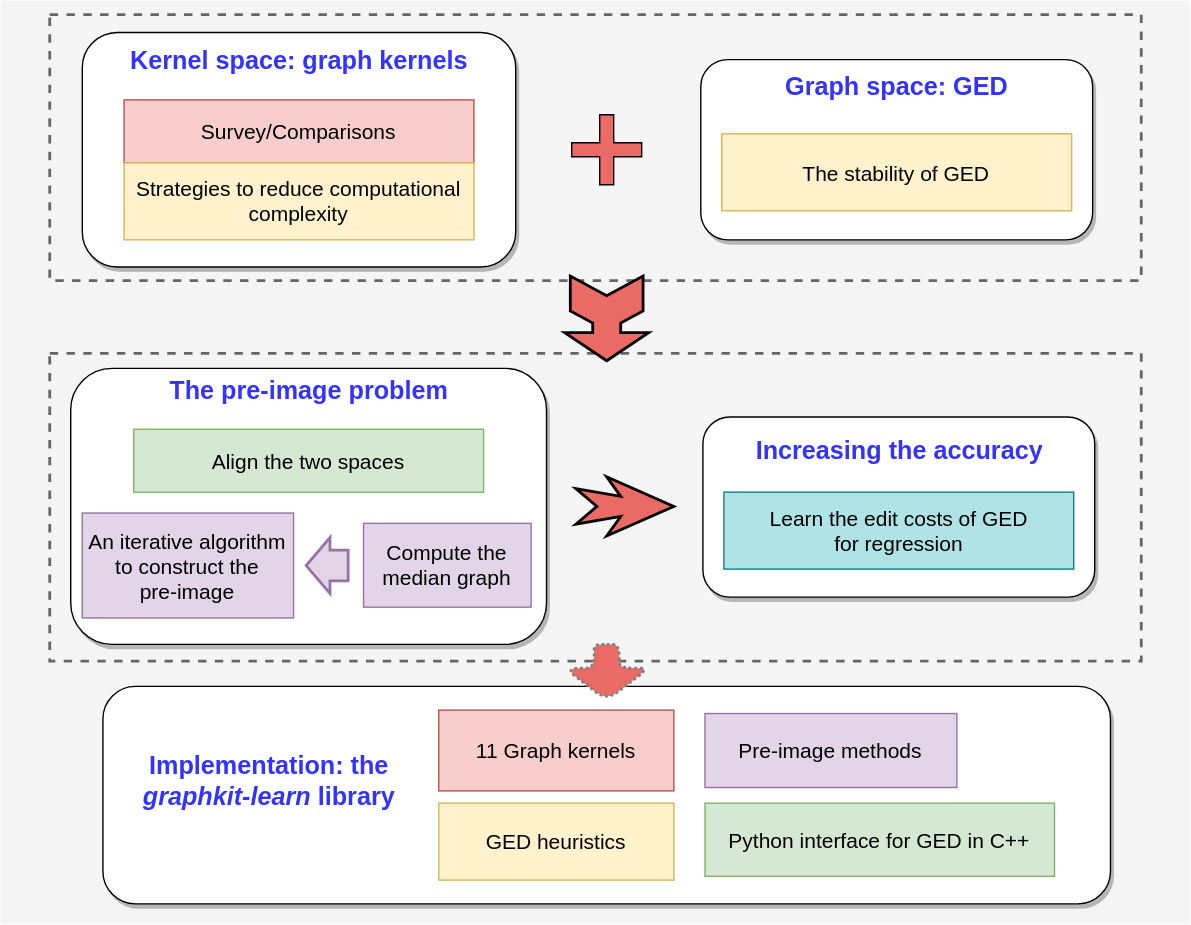
Earlier version of the draw.io export conclusion.svg (jajupmochi/phd_thesis). Source tidied: cells renumbered, new cells last; positions are measured from the earlier drawing's top-left corner, leaving out a move shared by most shapes.
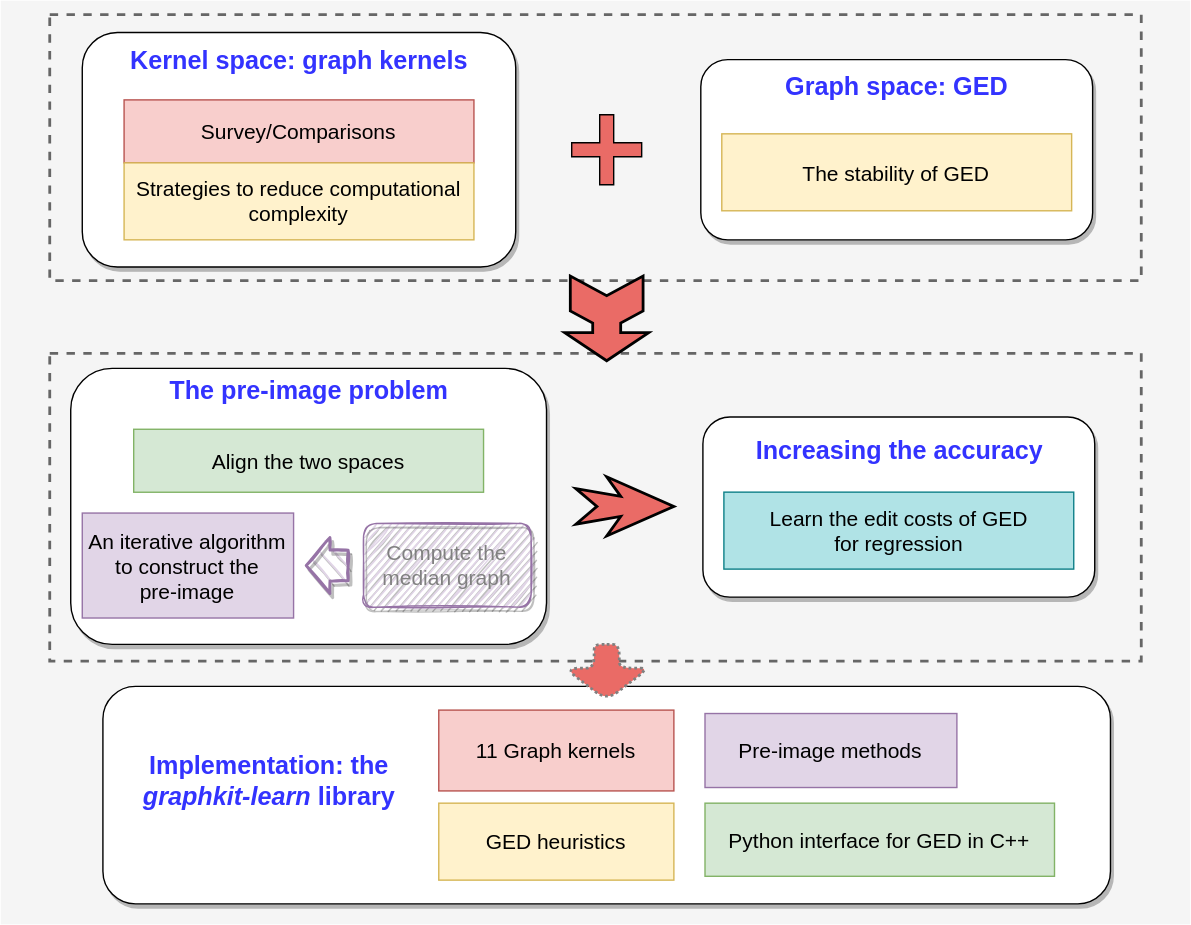
Above is the later version.

The edit, as a diff of the source:
```diff
@@ -41,7 +41,7 @@
     <mxCell id="14" value="&lt;h1 style=&quot;font-size: 18px&quot;&gt;The pre-image problem&lt;br&gt;&lt;/h1&gt;" style="text;html=1;strokeColor=none;fillColor=none;spacing=5;spacingTop=-20;whiteSpace=wrap;overflow=hidden;rounded=0;shadow=1;glass=0;dashed=1;sketch=0;align=center;verticalAlign=middle;fontColor=#3333FF;" parent="1" vertex="1">
       <mxGeometry x="68.8" y="253.9" width="302.5" height="70" as="geometry" />
     </mxCell>
-    <mxCell id="15" value="&lt;div&gt;&lt;font style=&quot;font-size: 15px&quot;&gt;Compute the &lt;br&gt;&lt;/font&gt;&lt;/div&gt;&lt;div&gt;&lt;font style=&quot;font-size: 15px&quot;&gt;median graph&lt;/font&gt;&lt;/div&gt;" style="text;html=1;align=center;verticalAlign=middle;whiteSpace=wrap;rounded=0;shadow=0;glass=0;sketch=0;fillColor=#e1d5e7;strokeColor=#9673a6;" parent="1" vertex="1">
+    <mxCell id="15" value="&lt;div&gt;&lt;font style=&quot;font-size: 15px&quot; color=&quot;#808080&quot;&gt;Compute the &lt;br&gt;&lt;/font&gt;&lt;/div&gt;&lt;div&gt;&lt;font style=&quot;font-size: 15px&quot; color=&quot;#808080&quot;&gt;median graph&lt;/font&gt;&lt;/div&gt;" style="text;html=1;align=center;verticalAlign=middle;whiteSpace=wrap;rounded=1;shadow=1;glass=0;sketch=1;fillColor=#e1d5e7;strokeColor=#9673a6;" parent="1" vertex="1">
       <mxGeometry x="259.2" y="373.5" width="119.8" height="59.9" as="geometry" />
     </mxCell>
     <mxCell id="16" value="&lt;div&gt;&lt;font style=&quot;font-size: 15px&quot;&gt;An iterative algorithm&lt;/font&gt;&lt;/div&gt;&lt;div&gt;&lt;font style=&quot;font-size: 15px&quot;&gt; to construct the &lt;br&gt;&lt;/font&gt;&lt;/div&gt;&lt;div&gt;&lt;font style=&quot;font-size: 15px&quot;&gt;pre-image&lt;/font&gt;&lt;/div&gt;" style="text;html=1;align=center;verticalAlign=middle;whiteSpace=wrap;rounded=0;shadow=0;glass=0;sketch=0;fillColor=#e1d5e7;strokeColor=#9673a6;" parent="1" vertex="1">
@@ -65,7 +65,7 @@
     <mxCell id="22" style="html=1;shadow=0;dashed=0;align=center;verticalAlign=middle;shape=mxgraph.arrows2.tailedNotchedArrow;dy1=10;dx1=20;notch=14;arrowHead=20;dx2=25;dy2=30;rounded=1;glass=0;sketch=0;fontColor=#3333FF;strokeColor=#000000;strokeWidth=2;fillColor=#EA6B66;rotation=90;" parent="1" vertex="1">
       <mxGeometry x="402.8" y="214" width="60.5" height="26" as="geometry" />
     </mxCell>
-    <mxCell id="23" style="html=1;shadow=0;dashed=0;align=center;verticalAlign=middle;shape=mxgraph.arrows2.arrow;dy=0.45;dx=17;flipH=1;notch=0;rounded=1;glass=0;sketch=0;strokeColor=#9673a6;strokeWidth=2;fillColor=#e1d5e7;" parent="1" vertex="1">
+    <mxCell id="23" style="html=1;shadow=1;dashed=0;align=center;verticalAlign=middle;shape=mxgraph.arrows2.arrow;dy=0.45;dx=17;flipH=1;notch=0;rounded=1;glass=0;sketch=1;strokeColor=#9673a6;strokeWidth=2;fillColor=#e1d5e7;" parent="1" vertex="1">
       <mxGeometry x="218.2" y="383.6" width="30" height="40" as="geometry" />
     </mxCell>
     <mxCell id="24" style="rounded=1;whiteSpace=wrap;html=1;shadow=1;glass=0;sketch=0;strokeColor=#000000;fillColor=#ffffff;align=left;" parent="1" vertex="1">
```
